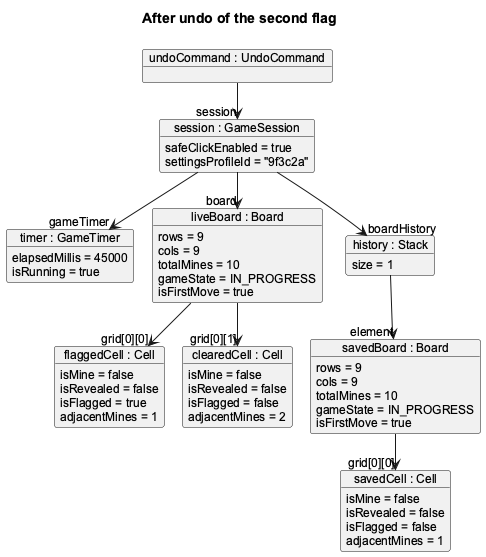
Above: docs/images/UndoObjectDiagram.png in AY2627S1-CS2113-W10-4/tp (PlantUML), before the change.
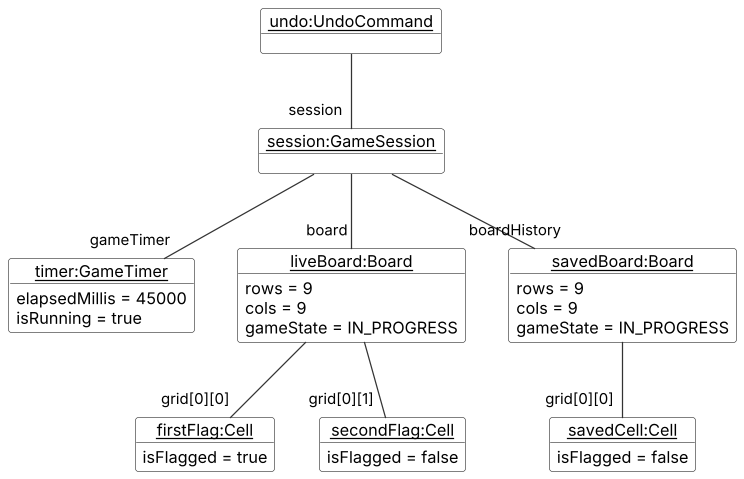
Later version of the same file.

Change to the diagram source:
```diff
@@ -1,63 +1,37 @@
 @startuml UndoObjectDiagram
-!pragma layout smetana
-skinparam shadowing false
-skinparam classAttributeIconSize 0
-skinparam defaultFontName Arial
-skinparam defaultFontSize 12
-skinparam sequenceParticipant underline false
-title After undo of the second flag
+!include style.puml
 
-object "undoCommand : UndoCommand" as undoCommand
-object "session : GameSession" as session {
-    safeClickEnabled = true
-    settingsProfileId = "9f3c2a"
+object "<u>undo:UndoCommand</u>" as undo
+object "<u>session:GameSession</u>" as session
+object "<u>timer:GameTimer</u>" as timer {
+  elapsedMillis = 45000
+  isRunning = true
 }
-object "timer : GameTimer" as timer {
-    elapsedMillis = 45000
-    isRunning = true
+object "<u>liveBoard:Board</u>" as liveBoard {
+  rows = 9
+  cols = 9
+  gameState = IN_PROGRESS
 }
-object "liveBoard : Board" as liveBoard {
-    rows = 9
-    cols = 9
-    totalMines = 10
-    gameState = IN_PROGRESS
-    isFirstMove = true
+object "<u>firstFlag:Cell</u>" as firstFlag {
+  isFlagged = true
 }
-object "flaggedCell : Cell" as flaggedCell {
-    isMine = false
-    isRevealed = false
-    isFlagged = true
-    adjacentMines = 1
+object "<u>secondFlag:Cell</u>" as secondFlag {
+  isFlagged = false
 }
-object "clearedCell : Cell" as clearedCell {
-    isMine = false
-    isRevealed = false
-    isFlagged = false
-    adjacentMines = 2
+object "<u>savedBoard:Board</u>" as savedBoard {
+  rows = 9
+  cols = 9
+  gameState = IN_PROGRESS
 }
-object "history : Stack" as history {
-    size = 1
-}
-object "savedBoard : Board" as savedBoard {
-    rows = 9
-    cols = 9
-    totalMines = 10
-    gameState = IN_PROGRESS
-    isFirstMove = true
-}
-object "savedCell : Cell" as savedCell {
-    isMine = false
-    isRevealed = false
-    isFlagged = false
-    adjacentMines = 1
+object "<u>savedCell:Cell</u>" as savedCell {
+  isFlagged = false
 }
 
-undoCommand --> "session" session
-session --> "board" liveBoard
-session --> "gameTimer" timer
-session --> "boardHistory" history
-liveBoard --> "grid[0][0]" flaggedCell
-liveBoard --> "grid[0][1]" clearedCell
-history --> "element" savedBoard
-savedBoard --> "grid[0][0]" savedCell
+undo -- "session" session
+session -- "board" liveBoard
+session -- "gameTimer" timer
+session -- "boardHistory" savedBoard
+liveBoard -- "grid[0][0]" firstFlag
+liveBoard -- "grid[0][1]" secondFlag
+savedBoard -- "grid[0][0]" savedCell
 @enduml
```
